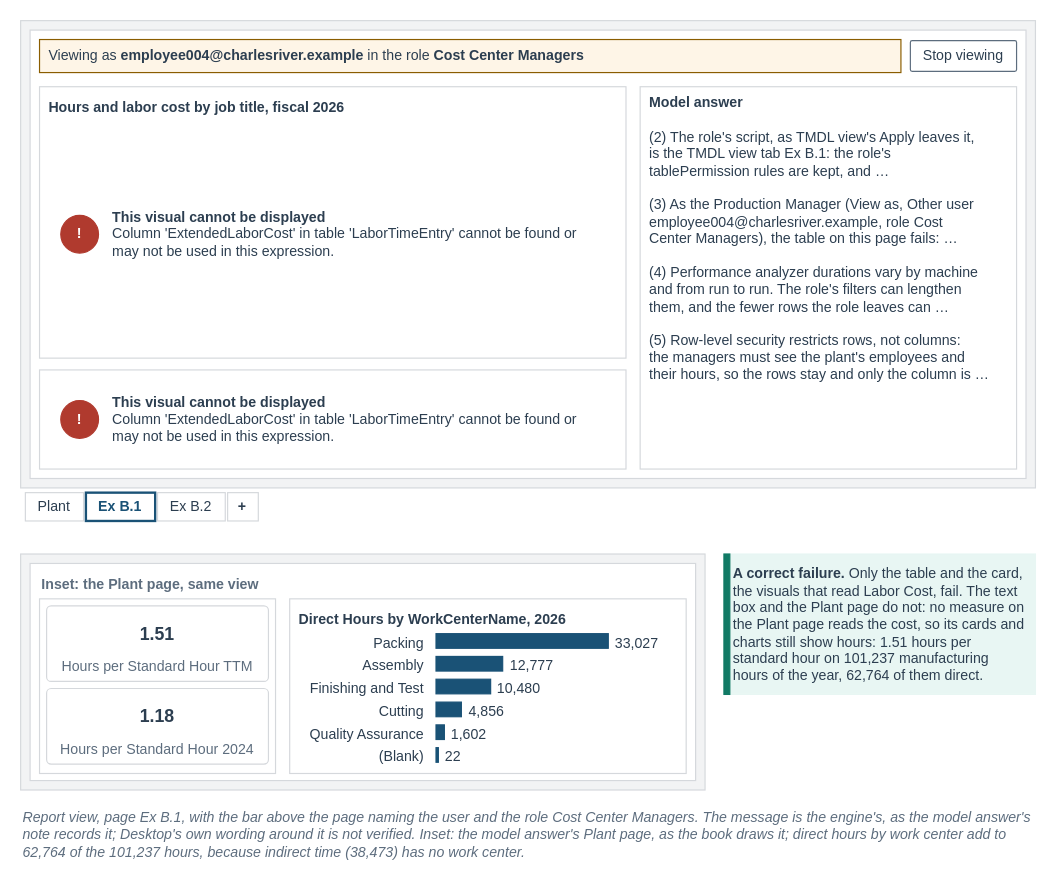
Above: facts/instructor/figures/appendix-b-publishing-security/IF-AB-1-B.drawio in mmcodesso/Accounting_Analytics_Book (draw.io), before the change. Source tidied: cells renumbered, new cells numbered last; positions are measured from the earlier drawing's top-left corner, leaving out a move shared by most shapes. Both pictures are drawn from the tidied source at 118%, with x=0, y=0 at pixel (20, 20).
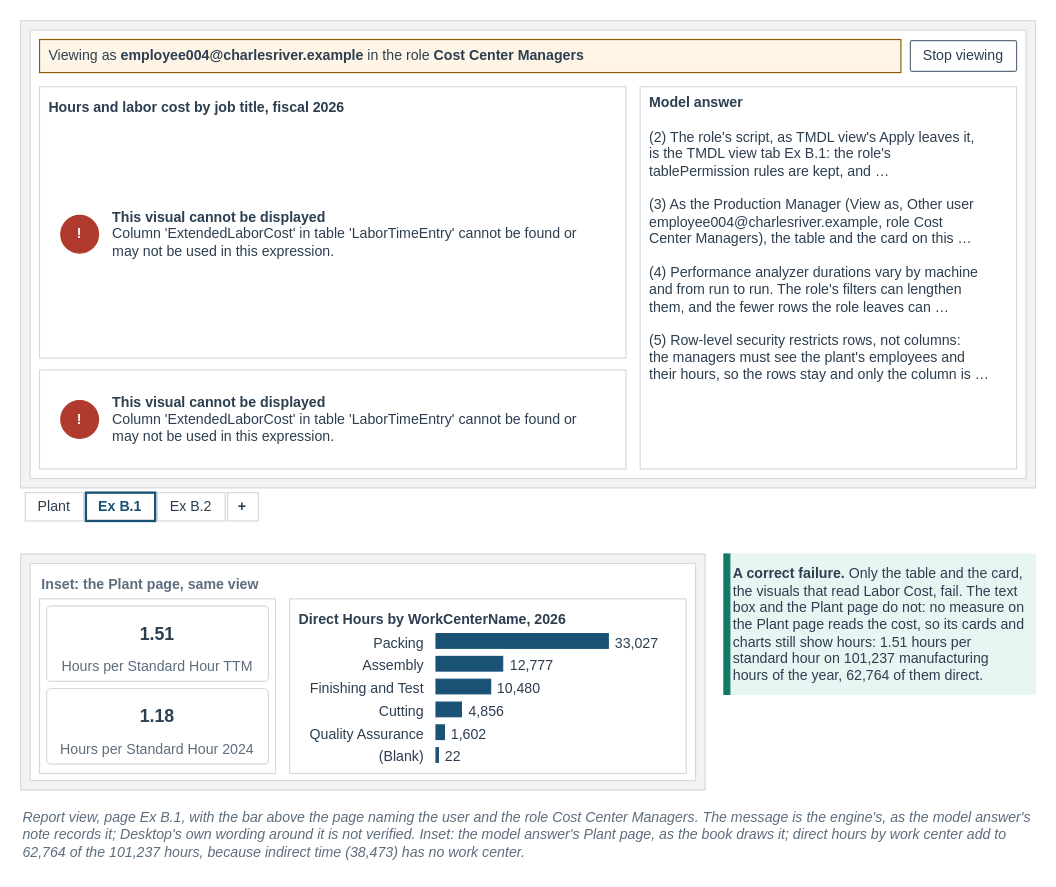
The same diagram, later.

What changed in the source:
```diff
@@
-    <mxCell id="14" value="&lt;b&gt;Model answer&lt;/b&gt;&lt;br&gt;&lt;br&gt;(2) The role's script, as TMDL view's Apply leaves it,&lt;br&gt;is the TMDL view tab Ex B.1: the role's&lt;br&gt;tablePermission rules are kept, and …&lt;br&gt;&lt;br&gt;(3) As the Production Manager (View as, Other user&lt;br&gt;employee004@charlesriver.example, role Cost&lt;br&gt;Center Managers), the table on this page fails: …&lt;br&gt;&lt;br&gt;(4) Performance analyzer durations vary by machine&lt;br&gt;and from run to run. The role's filters can lengthen&lt;br&gt;them, and the fewer rows the role leaves can …&lt;br&gt;&lt;br&gt;(5) Row-level security restricts rows, not columns:&lt;br&gt;the managers must see the plant's employees and&lt;br&gt;their hours, so the rows stay and only the column is …" style="rounded=0;arcSize=6;whiteSpace=wrap;html=1;fillColor=#FFFFFF;strokeColor=#D5D8DC;strokeWidth=1;fontColor=#2C3E50;fontSize=12;fontStyle=0;align=left;verticalAlign=top;fontFamily=Helvetica;spacingLeft=6;spacingRight=6;" parent="1" vertex="1">
+    <mxCell id="14" value="&lt;b&gt;Model answer&lt;/b&gt;&lt;br&gt;&lt;br&gt;(2) The role's script, as TMDL view's Apply leaves it,&lt;br&gt;is the TMDL view tab Ex B.1: the role's&lt;br&gt;tablePermission rules are kept, and …&lt;br&gt;&lt;br&gt;(3) As the Production Manager (View as, Other user&lt;br&gt;employee004@charlesriver.example, role Cost&lt;br&gt;Center Managers), the table and the card on this …&lt;br&gt;&lt;br&gt;(4) Performance analyzer durations vary by machine&lt;br&gt;and from run to run. The role's filters can lengthen&lt;br&gt;them, and the fewer rows the role leaves can …&lt;br&gt;&lt;br&gt;(5) Row-level security restricts rows, not columns:&lt;br&gt;the managers must see the plant's employees and&lt;br&gt;their hours, so the rows stay and only the column is …" style="rounded=0;arcSize=6;whiteSpace=wrap;html=1;fillColor=#FFFFFF;strokeColor=#D5D8DC;strokeWidth=1;fontColor=#2C3E50;fontSize=12;fontStyle=0;align=left;verticalAlign=top;fontFamily=Helvetica;spacingLeft=6;spacingRight=6;" parent="1" vertex="1">
       <mxGeometry x="525" y="56" width="319" height="324" as="geometry" />
     </mxCell>
```
